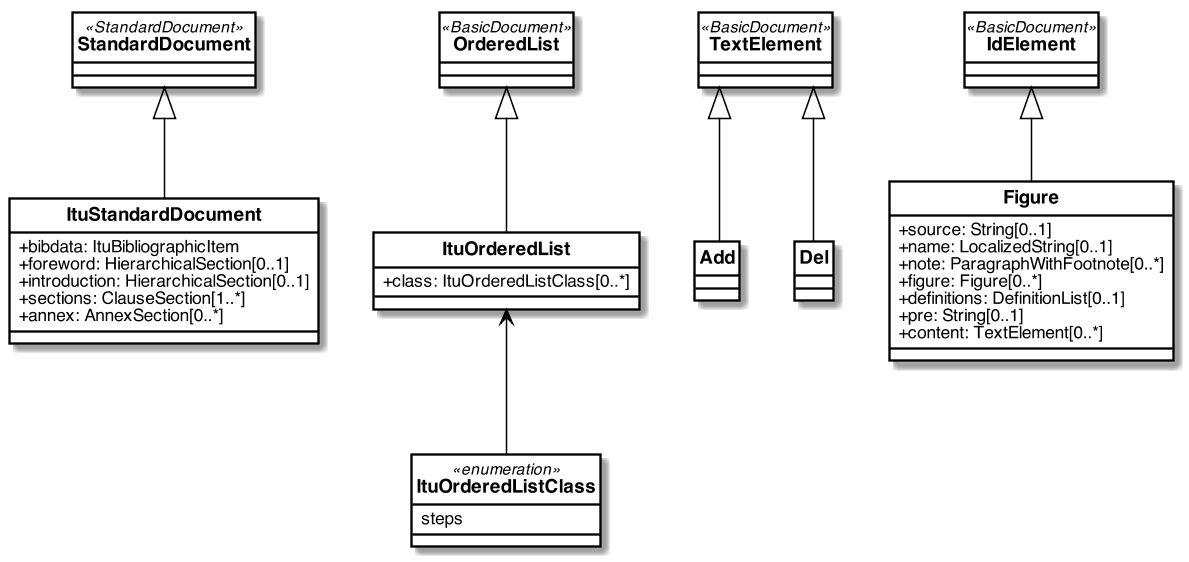
metanorma/standoc-models keeps this PlantUML diagram as itu/images/ItuStandardDocument.png. Above is the earlier version. Its source is kept beside it as itu/models/ItuStandardDocument.wsd.
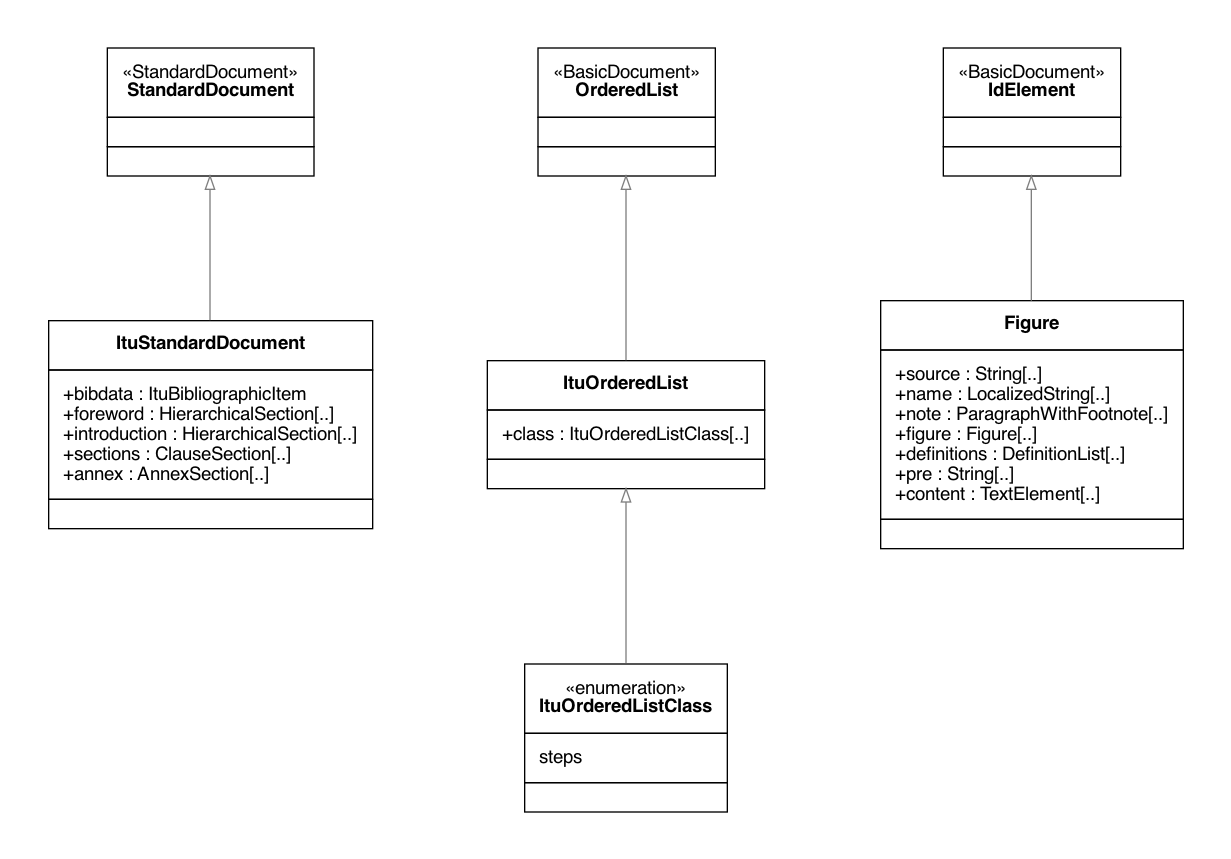
Above is the later version.

The edit, as a diff of the source:
```diff
@@ -8,15 +8,6 @@
 }
 
 class OrderedList <<BasicDocument>> {
-}
-
-class TextElement <<BasicDocument>> {
-}
-
-class Add {
-}
-
-class Del {
 }
 
 class ItuOrderedList {
@@ -60,7 +51,4 @@
 OrderedList <|-- ItuOrderedList
 ItuOrderedList <-- ItuOrderedListClass
 
-TextElement <|-- Add
-TextElement <|-- Del
-
 @enduml
```
